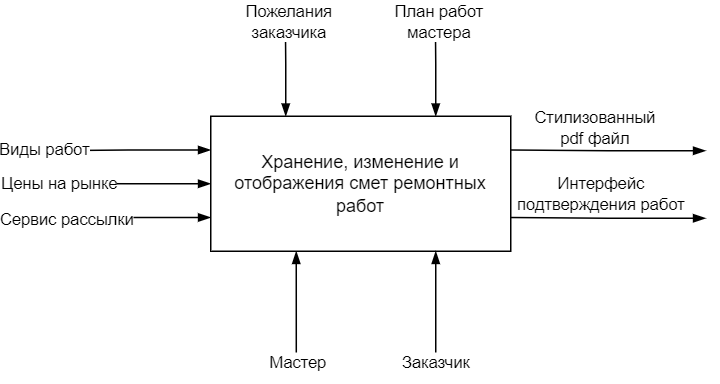
Before: 2/gb_module2_2-0.drawio.png, a diagram exported from draw.io (mrr000/gb_module2). Source tidied: cells renumbered, new cells last; positions are measured from the earlier drawing's top-left corner, leaving out a move shared by most shapes. Its diagram source:
```xml
<mxGraphModel>
  <root>
    <mxCell id="0" />
    <mxCell id="1" parent="0" />
    <mxCell id="2" style="edgeStyle=orthogonalEdgeStyle;rounded=0;jettySize=auto;html=1;exitX=0;exitY=0.25;exitDx=0;exitDy=0;labelBorderColor=none;startArrow=blockThin;startFill=1;endArrow=none;endFill=0;" parent="1" edge="1" source="18">
      <mxGeometry relative="1" as="geometry">
        <mxPoint y="93" as="targetPoint" />
      </mxGeometry>
    </mxCell>
    <mxCell id="3" value="Виды работ" style="edgeLabel;html=1;align=center;verticalAlign=middle;" parent="2" vertex="1">
      <mxGeometry x="0.83" y="-1" relative="1" as="geometry">
        <mxPoint x="-11" as="offset" />
      </mxGeometry>
    </mxCell>
    <mxCell id="4" style="edgeStyle=orthogonalEdgeStyle;rounded=0;jettySize=auto;html=1;exitX=0;exitY=0.5;exitDx=0;exitDy=0;labelBorderColor=none;startArrow=blockThin;startFill=1;endArrow=none;endFill=0;" parent="1" edge="1" source="18">
      <mxGeometry relative="1" as="geometry">
        <mxPoint y="114.9" as="targetPoint" />
      </mxGeometry>
    </mxCell>
    <mxCell id="5" value="Цены на рынке" style="edgeLabel;html=1;align=center;verticalAlign=middle;" parent="4" vertex="1">
      <mxGeometry x="0.86" relative="1" as="geometry" />
    </mxCell>
    <mxCell id="6" style="edgeStyle=orthogonalEdgeStyle;rounded=0;orthogonalLoop=1;jettySize=auto;html=1;exitX=0.5;exitY=1;exitDx=0;exitDy=0;labelBorderColor=none;startArrow=blockThin;startFill=1;endArrow=none;endFill=0;" parent="1" edge="1">
      <mxGeometry relative="1" as="geometry">
        <mxPoint x="167" y="160" as="sourcePoint" />
        <mxPoint x="167" y="240" as="targetPoint" />
      </mxGeometry>
    </mxCell>
    <mxCell id="7" value="Мастер" style="edgeLabel;html=1;align=center;verticalAlign=middle;" parent="6" vertex="1">
      <mxGeometry x="0.73" relative="1" as="geometry">
        <mxPoint y="4" as="offset" />
      </mxGeometry>
    </mxCell>
    <mxCell id="8" style="edgeStyle=orthogonalEdgeStyle;rounded=0;jettySize=auto;html=1;exitX=0.25;exitY=0;exitDx=0;exitDy=0;labelBorderColor=none;startArrow=blockThin;startFill=1;endArrow=none;endFill=0;" parent="1" edge="1" source="18">
      <mxGeometry relative="1" as="geometry">
        <mxPoint x="159.7" as="targetPoint" />
      </mxGeometry>
    </mxCell>
    <mxCell id="9" value="Пожелания&lt;br&gt;заказчика" style="edgeLabel;html=1;align=center;verticalAlign=middle;" parent="8" vertex="1">
      <mxGeometry x="0.73" y="-2" relative="1" as="geometry">
        <mxPoint y="-3" as="offset" />
      </mxGeometry>
    </mxCell>
    <mxCell id="10" style="edgeStyle=orthogonalEdgeStyle;rounded=0;jettySize=auto;html=1;exitX=0.75;exitY=0;exitDx=0;exitDy=0;labelBorderColor=none;startArrow=blockThin;startFill=1;endArrow=none;endFill=0;" parent="1" edge="1" source="18">
      <mxGeometry relative="1" as="geometry">
        <mxPoint x="259.7" as="targetPoint" />
      </mxGeometry>
    </mxCell>
    <mxCell id="11" value="План работ&lt;br&gt;мастера" style="edgeLabel;html=1;align=center;verticalAlign=middle;" parent="10" vertex="1">
      <mxGeometry x="0.79" y="-2" relative="1" as="geometry">
        <mxPoint y="-1" as="offset" />
      </mxGeometry>
    </mxCell>
    <mxCell id="12" style="edgeStyle=orthogonalEdgeStyle;rounded=0;jettySize=auto;html=1;exitX=0;exitY=0.75;exitDx=0;exitDy=0;labelBorderColor=none;startArrow=blockThin;startFill=1;endArrow=none;endFill=0;" parent="1" edge="1" source="18">
      <mxGeometry relative="1" as="geometry">
        <mxPoint y="137.7" as="targetPoint" />
      </mxGeometry>
    </mxCell>
    <mxCell id="13" value="Сервис рассылки" style="edgeLabel;html=1;align=center;verticalAlign=middle;" parent="12" vertex="1">
      <mxGeometry x="0.76" y="1" relative="1" as="geometry" />
    </mxCell>
    <mxCell id="14" style="edgeStyle=orthogonalEdgeStyle;rounded=0;jettySize=auto;html=1;labelBorderColor=none;startArrow=blockThin;startFill=1;endArrow=none;endFill=0;entryX=1;entryY=0.25;entryDx=0;entryDy=0;" parent="1" edge="1" target="18">
      <mxGeometry relative="1" as="geometry">
        <mxPoint x="440" y="93" as="sourcePoint" />
      </mxGeometry>
    </mxCell>
    <mxCell id="15" value="Стилизованный&lt;br&gt;pdf файл" style="edgeLabel;html=1;align=center;verticalAlign=middle;" parent="14" vertex="1">
      <mxGeometry x="-0.67" y="2" relative="1" as="geometry">
        <mxPoint x="-53" y="-17" as="offset" />
      </mxGeometry>
    </mxCell>
    <mxCell id="16" style="edgeStyle=orthogonalEdgeStyle;rounded=0;jettySize=auto;html=1;labelBorderColor=none;startArrow=blockThin;startFill=1;endArrow=none;endFill=0;entryX=1;entryY=0.75;entryDx=0;entryDy=0;" parent="1" edge="1" target="18">
      <mxGeometry relative="1" as="geometry">
        <mxPoint x="440" y="138" as="sourcePoint" />
      </mxGeometry>
    </mxCell>
    <mxCell id="17" value="Интерфейс&lt;br&gt;подтверждения работ" style="edgeLabel;html=1;align=center;verticalAlign=middle;" parent="16" vertex="1">
      <mxGeometry x="0.3" y="-1" relative="1" as="geometry">
        <mxPoint x="14" y="-15" as="offset" />
      </mxGeometry>
    </mxCell>
    <mxCell id="18" value="Хранение, изменение и отображения смет ремонтных работ" style="rounded=0;whiteSpace=wrap;html=1;shadow=0;sketch=0;" parent="1" vertex="1">
      <mxGeometry x="110" y="70" width="200" height="90" as="geometry" />
    </mxCell>
    <mxCell id="19" style="edgeStyle=orthogonalEdgeStyle;rounded=0;jettySize=auto;html=1;exitX=0.75;exitY=1;exitDx=0;exitDy=0;labelBorderColor=none;startArrow=blockThin;startFill=1;endArrow=none;endFill=0;" parent="1" edge="1" source="18">
      <mxGeometry relative="1" as="geometry">
        <mxPoint x="260" y="240" as="targetPoint" />
      </mxGeometry>
    </mxCell>
    <mxCell id="20" value="Заказчик" style="edgeLabel;html=1;align=center;verticalAlign=middle;" parent="19" vertex="1">
      <mxGeometry x="0.73" relative="1" as="geometry">
        <mxPoint y="4" as="offset" />
      </mxGeometry>
    </mxCell>
  </root>
</mxGraphModel>
```
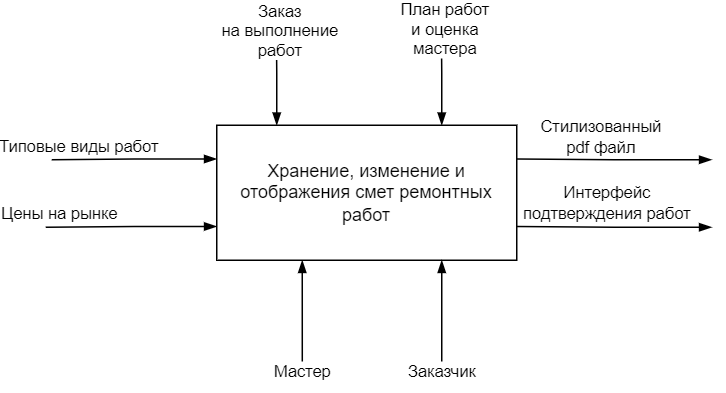
After the commit.

Commit message:
updates second task

The edit, as a diff of the source:
```diff
@@ -7,18 +7,24 @@
         <mxPoint y="93" as="targetPoint" />
       </mxGeometry>
     </mxCell>
-    <mxCell id="3" value="Виды работ" style="edgeLabel;html=1;align=center;verticalAlign=middle;" parent="2" vertex="1">
+    <mxCell id="3" value="Типовые виды работ" style="edgeLabel;html=1;align=center;verticalAlign=middle;" parent="2" vertex="1">
       <mxGeometry x="0.83" y="-1" relative="1" as="geometry">
-        <mxPoint x="-11" as="offset" />
+        <mxPoint x="8" y="-8" as="offset" />
       </mxGeometry>
     </mxCell>
-    <mxCell id="4" style="edgeStyle=orthogonalEdgeStyle;rounded=0;jettySize=auto;html=1;exitX=0;exitY=0.5;exitDx=0;exitDy=0;labelBorderColor=none;startArrow=blockThin;startFill=1;endArrow=none;endFill=0;" parent="1" edge="1" source="18">
+    <mxCell id="4" style="edgeStyle=orthogonalEdgeStyle;rounded=0;jettySize=auto;html=1;exitX=0;exitY=0.75;exitDx=0;exitDy=0;labelBorderColor=none;startArrow=blockThin;startFill=1;endArrow=none;endFill=0;" parent="1" edge="1" source="18">
       <mxGeometry relative="1" as="geometry">
-        <mxPoint y="114.9" as="targetPoint" />
+        <mxPoint x="-4" y="138" as="targetPoint" />
+        <Array as="points">
+          <mxPoint x="55" y="138" />
+          <mxPoint y="138" />
+        </Array>
       </mxGeometry>
     </mxCell>
     <mxCell id="5" value="Цены на рынке" style="edgeLabel;html=1;align=center;verticalAlign=middle;" parent="4" vertex="1">
-      <mxGeometry x="0.86" relative="1" as="geometry" />
+      <mxGeometry x="0.86" relative="1" as="geometry">
+        <mxPoint y="-9" as="offset" />
+      </mxGeometry>
     </mxCell>
     <mxCell id="6" style="edgeStyle=orthogonalEdgeStyle;rounded=0;orthogonalLoop=1;jettySize=auto;html=1;exitX=0.5;exitY=1;exitDx=0;exitDy=0;labelBorderColor=none;startArrow=blockThin;startFill=1;endArrow=none;endFill=0;" parent="1" edge="1">
       <mxGeometry relative="1" as="geometry">
@@ -31,12 +37,16 @@
         <mxPoint y="4" as="offset" />
       </mxGeometry>
     </mxCell>
-    <mxCell id="8" style="edgeStyle=orthogonalEdgeStyle;rounded=0;jettySize=auto;html=1;exitX=0.25;exitY=0;exitDx=0;exitDy=0;labelBorderColor=none;startArrow=blockThin;startFill=1;endArrow=none;endFill=0;" parent="1" edge="1" source="18">
+    <mxCell id="8" style="edgeStyle=orthogonalEdgeStyle;rounded=0;orthogonalLoop=1;jettySize=auto;html=1;exitX=0.25;exitY=0;exitDx=0;exitDy=0;labelBorderColor=none;startArrow=blockThin;startFill=1;endArrow=none;endFill=0;" parent="1" edge="1">
       <mxGeometry relative="1" as="geometry">
-        <mxPoint x="159.7" as="targetPoint" />
+        <mxPoint x="150" y="70" as="sourcePoint" />
+        <mxPoint x="149.7" as="targetPoint" />
+        <Array as="points">
+          <mxPoint x="150" y="35" />
+        </Array>
       </mxGeometry>
     </mxCell>
-    <mxCell id="9" value="Пожелания&lt;br&gt;заказчика" style="edgeLabel;html=1;align=center;verticalAlign=middle;" parent="8" vertex="1">
+    <mxCell id="9" value="Заказ&lt;br&gt;на выполнение&lt;br&gt;работ" style="edgeLabel;html=1;align=center;verticalAlign=middle;" parent="8" vertex="1">
       <mxGeometry x="0.73" y="-2" relative="1" as="geometry">
         <mxPoint y="-3" as="offset" />
       </mxGeometry>
@@ -46,19 +56,11 @@
         <mxPoint x="259.7" as="targetPoint" />
       </mxGeometry>
     </mxCell>
-    <mxCell id="11" value="План работ&lt;br&gt;мастера" style="edgeLabel;html=1;align=center;verticalAlign=middle;" parent="10" vertex="1">
+    <mxCell id="11" value="План работ&lt;br&gt;и оценка&lt;br&gt;мастера" style="edgeLabel;html=1;align=center;verticalAlign=middle;" parent="10" vertex="1">
       <mxGeometry x="0.79" y="-2" relative="1" as="geometry">
         <mxPoint y="-1" as="offset" />
       </mxGeometry>
     </mxCell>
-    <mxCell id="12" style="edgeStyle=orthogonalEdgeStyle;rounded=0;jettySize=auto;html=1;exitX=0;exitY=0.75;exitDx=0;exitDy=0;labelBorderColor=none;startArrow=blockThin;startFill=1;endArrow=none;endFill=0;" parent="1" edge="1" source="18">
-      <mxGeometry relative="1" as="geometry">
-        <mxPoint y="137.7" as="targetPoint" />
-      </mxGeometry>
-    </mxCell>
-    <mxCell id="13" value="Сервис рассылки" style="edgeLabel;html=1;align=center;verticalAlign=middle;" parent="12" vertex="1">
-      <mxGeometry x="0.76" y="1" relative="1" as="geometry" />
-    </mxCell>
     <mxCell id="14" style="edgeStyle=orthogonalEdgeStyle;rounded=0;jettySize=auto;html=1;labelBorderColor=none;startArrow=blockThin;startFill=1;endArrow=none;endFill=0;entryX=1;entryY=0.25;entryDx=0;entryDy=0;" parent="1" edge="1" target="18">
       <mxGeometry relative="1" as="geometry">
         <mxPoint x="440" y="93" as="sourcePoint" />
```
